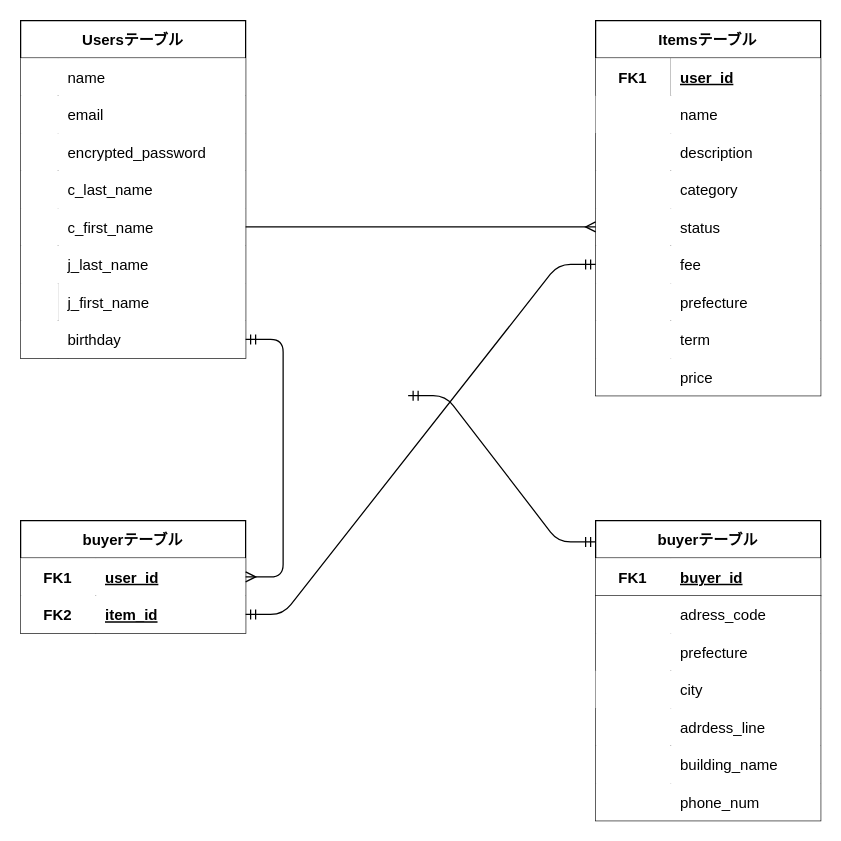
This is furima.dio from tochisuke221/furima-35388, a draw.io file, before an edit. Source tidied: cells renumbered, new cells numbered last; positions are measured from the earlier drawing's top-left corner, leaving out a move shared by most shapes. Both pictures are drawn from the tidied source at 125%, with x=0, y=0 at pixel (20, 20).
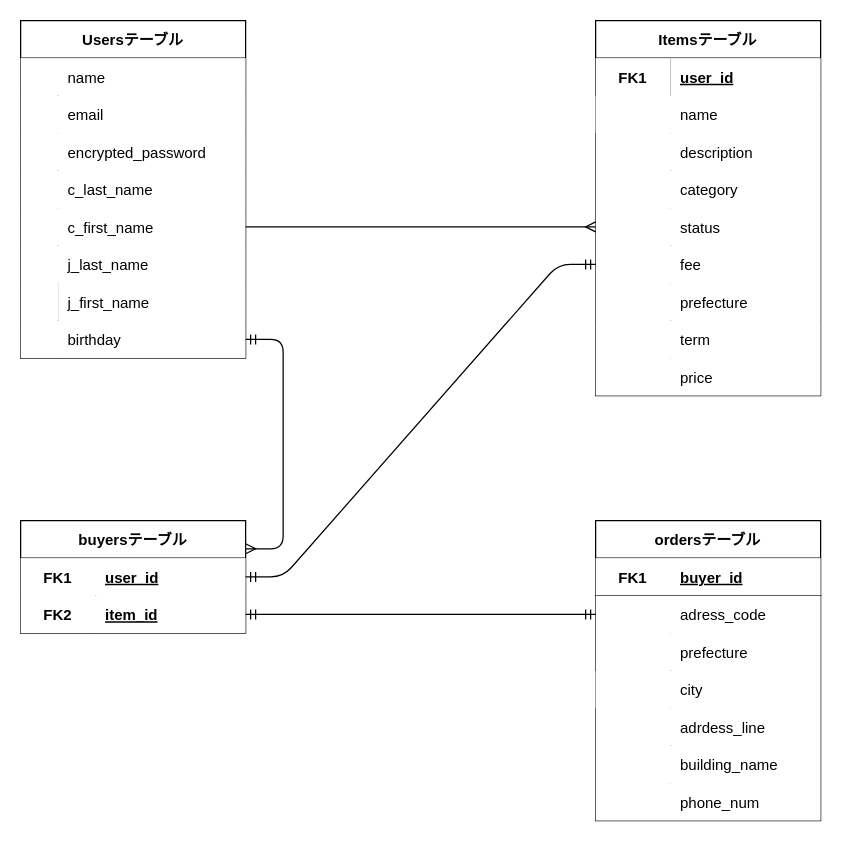
The same page after the edit.

Unchanged cells that the change refers to:
```xml
<mxCell id="18" style="shape=partialRectangle;top=0;left=0;bottom=0;right=0;points=[[0,0.5],[1,0.5]];portConstraint=eastwest;" parent="2" vertex="1">
  <mxGeometry y="180" width="180" height="30" as="geometry" />
</mxCell>
<mxCell id="52" style="shape=partialRectangle;top=0;left=0;bottom=0;right=0;points=[[0,0.5],[1,0.5]];portConstraint=eastwest;" parent="30" vertex="1">
  <mxGeometry y="240" width="180" height="30" as="geometry" />
</mxCell>
<mxCell id="56" style="shape=partialRectangle;top=0;left=0;bottom=0;right=0;points=[[0,0.5],[1,0.5]];portConstraint=eastwest;" parent="55" vertex="1">
  <mxGeometry y="30" width="180" height="30" as="geometry" />
</mxCell>
<mxCell id="59" style="shape=partialRectangle;top=0;left=0;bottom=0;right=0;points=[[0,0.5],[1,0.5]];portConstraint=eastwest;" parent="55" vertex="1">
  <mxGeometry y="60" width="180" height="30" as="geometry" />
</mxCell>
<mxCell id="66" style="shape=partialRectangle;top=0;left=0;bottom=0;right=0;points=[[0,0.5],[1,0.5]];portConstraint=eastwest;" parent="62" vertex="1">
  <mxGeometry y="60" width="180" height="30" as="geometry" />
</mxCell>
```

Change to the diagram source:
```diff
@@
-    <mxCell id="55" value="buyerテーブル" style="shape=table;startSize=30;childLayout=tableLayout;rowLines=0;fontStyle=1;align=center;" parent="1" vertex="1">
+    <mxCell id="55" value="buyersテーブル" style="shape=table;startSize=30;childLayout=tableLayout;rowLines=0;fontStyle=1;align=center;" parent="1" vertex="1">
       <mxGeometry y="400" width="180" height="90" as="geometry" />
     </mxCell>
@@
-    <mxCell id="62" value="buyerテーブル" style="shape=table;startSize=30;childLayout=tableLayout;rowLines=0;fontStyle=1;align=center;" parent="1" vertex="1">
+    <mxCell id="62" value="ordersテーブル" style="shape=table;startSize=30;childLayout=tableLayout;rowLines=0;fontStyle=1;align=center;" parent="1" vertex="1">
       <mxGeometry x="460" y="400" width="180" height="240" as="geometry" />
     </mxCell>
@@
-    <mxCell id="85" style="edgeStyle=entityRelationEdgeStyle;fontSize=12;html=1;endArrow=ERmandOne;startArrow=ERmandOne;entryX=0;entryY=0.5;entryDx=0;entryDy=0;exitX=1;exitY=0.5;exitDx=0;exitDy=0;" parent="1" edge="1" source="59" target="18">
+    <mxCell id="85" style="edgeStyle=entityRelationEdgeStyle;fontSize=12;html=1;endArrow=ERmandOne;startArrow=ERmandOne;entryX=0;entryY=0.5;entryDx=0;entryDy=0;exitX=1;exitY=0.5;exitDx=0;exitDy=0;" parent="1" edge="1" source="56" target="18">
       <mxGeometry relative="1" as="geometry" />
     </mxCell>
-    <mxCell id="86" style="edgeStyle=entityRelationEdgeStyle;fontSize=12;html=1;endArrow=ERmandOne;startArrow=ERmany;exitX=1;exitY=0.5;exitDx=0;exitDy=0;endFill=0;startFill=0;" parent="1" edge="1" source="56" target="52">
+    <mxCell id="86" style="edgeStyle=entityRelationEdgeStyle;fontSize=12;html=1;endArrow=ERmandOne;startArrow=ERmany;endFill=0;startFill=0;exitX=1;exitY=0.25;exitDx=0;exitDy=0;" parent="1" edge="1" source="55" target="52">
       <mxGeometry relative="1" as="geometry" />
     </mxCell>
-    <mxCell id="87" style="edgeStyle=entityRelationEdgeStyle;fontSize=12;html=1;endArrow=ERmandOne;startArrow=ERmandOne;exitX=1;exitY=0.5;exitDx=0;exitDy=0;entryX=0;entryY=0.071;entryDx=0;entryDy=0;entryPerimeter=0;" parent="1" edge="1" target="62">
-      <mxGeometry relative="1" as="geometry">
-        <mxPoint x="310" y="300" as="sourcePoint" />
-      </mxGeometry>
+    <mxCell id="87" style="edgeStyle=entityRelationEdgeStyle;fontSize=12;html=1;endArrow=ERmandOne;startArrow=ERmandOne;entryX=0;entryY=0.5;entryDx=0;entryDy=0;exitX=1;exitY=0.5;exitDx=0;exitDy=0;" parent="1" edge="1" source="59" target="66">
+      <mxGeometry relative="1" as="geometry" />
     </mxCell>
```
